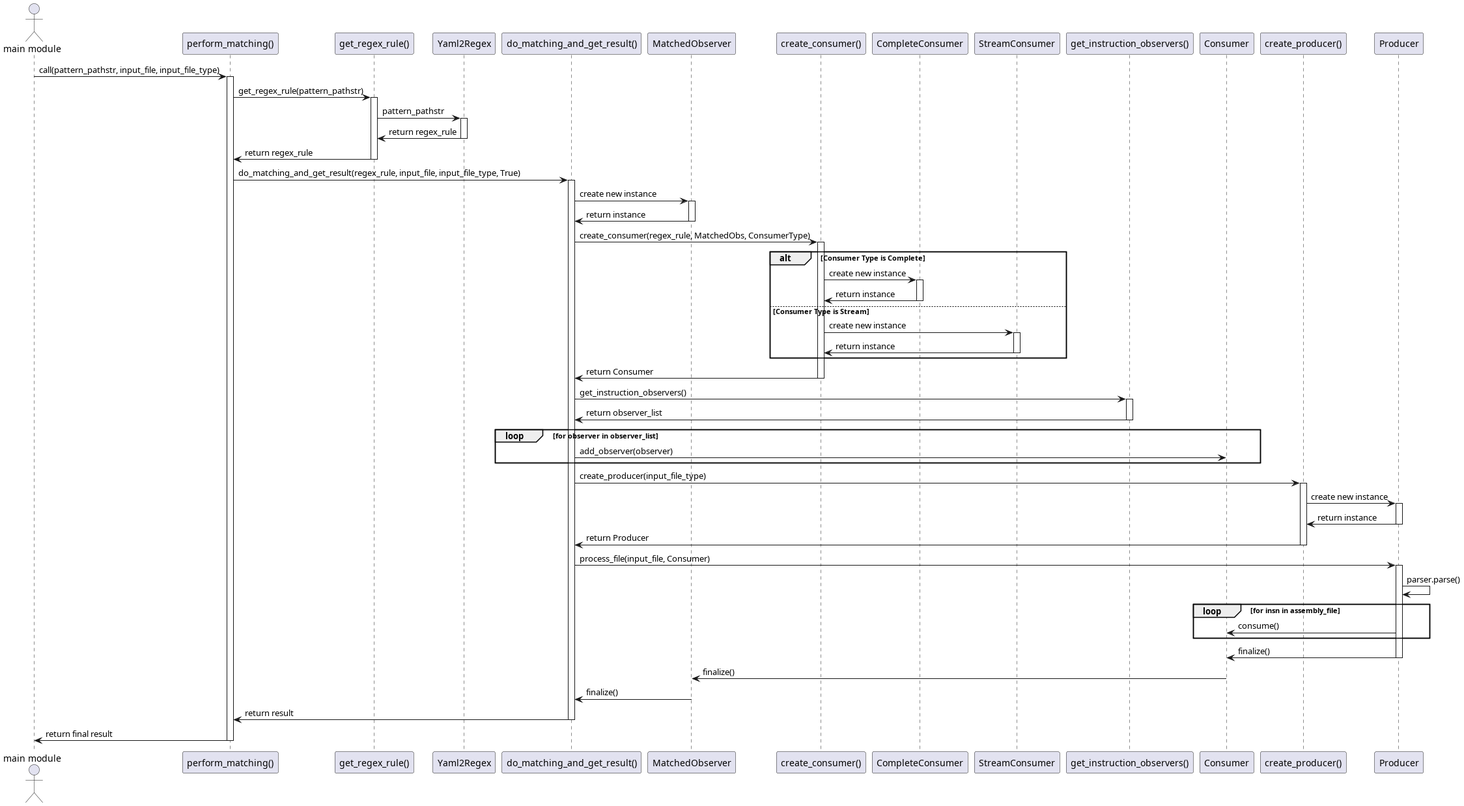
Before: design/match_module/sequence_diagram_match_module.png, a diagram exported from PlantUML (JukMR/JASM).
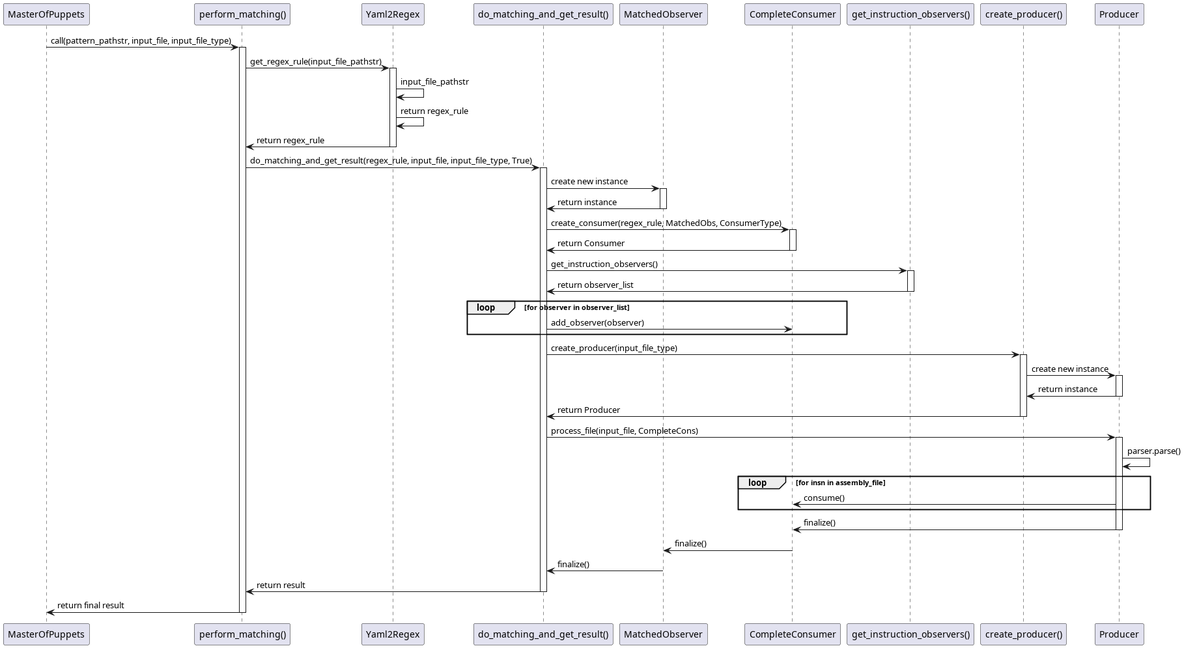
After the change.

Commit message:
Update sequence_diagram_match_module

Change to the diagram source:
```diff
@@ -1,88 +1,71 @@
-@startuml sequence_diagram_whole_match_module
-actor "main module" as Main
+@startuml sequence_diagram_match_module
+participant "MasterOfPuppets" as MasterOfPuppets
 participant "perform_matching()" as PerformMatching
-participant "get_regex_rule()" as GetRegexRule
 participant "Yaml2Regex" as Yaml2Regex
 participant "do_matching_and_get_result()" as DoMatching
 participant "MatchedObserver" as MatchedObs
-participant "create_consumer()" as CreateConsumer
 participant "CompleteConsumer" as CompleteCons
-participant "StreamConsumer" as StreamCons
 participant "get_instruction_observers()" as GetObservers
-participant "Consumer" as Consumer
 participant "Producer" as Producer
 participant "create_producer()" as CreateProducer
 participant "ComposableProducer" as Producer
 
-Main -> PerformMatching: call(pattern_pathstr, input_file, input_file_type)
+MasterOfPuppets -> PerformMatching: call(pattern_pathstr, input_file, input_file_type)
 activate PerformMatching
-PerformMatching -> GetRegexRule: get_regex_rule(pattern_pathstr)
-activate GetRegexRule
+        PerformMatching -> Yaml2Regex: get_regex_rule(input_file_pathstr)
 
-GetRegexRule -> Yaml2Regex: pattern_pathstr
-activate Yaml2Regex
-Yaml2Regex -> GetRegexRule: return regex_rule
-deactivate Yaml2Regex
+    activate Yaml2Regex
 
-GetRegexRule -> PerformMatching: return regex_rule
-deactivate GetRegexRule
+        Yaml2Regex -> Yaml2Regex: input_file_pathstr
+        Yaml2Regex -> Yaml2Regex: return regex_rule
 
-PerformMatching -> DoMatching: do_matching_and_get_result(regex_rule, input_file, input_file_type, True)
-activate DoMatching
+        Yaml2Regex -> PerformMatching: return regex_rule
+    deactivate Yaml2Regex
 
-DoMatching -> MatchedObs: create new instance
-activate MatchedObs
-MatchedObs -> DoMatching: return instance
-deactivate MatchedObs
+    PerformMatching -> DoMatching: do_matching_and_get_result(regex_rule, input_file, input_file_type, True)
+    activate DoMatching
 
-DoMatching -> CreateConsumer: create_consumer(regex_rule, MatchedObs, ConsumerType)
-activate CreateConsumer
+            DoMatching -> MatchedObs: create new instance
+            activate MatchedObs
+                MatchedObs -> DoMatching: return instance
+            deactivate MatchedObs
 
-alt Consumer Type is Complete
-    CreateConsumer -> CompleteCons: create new instance
-    activate CompleteCons
-    CompleteCons -> CreateConsumer: return instance
-    deactivate CompleteCons
-else Consumer Type is Stream
-    CreateConsumer -> StreamCons: create new instance
-    activate StreamCons
-    StreamCons -> CreateConsumer: return instance
-    deactivate StreamCons
-end
+        DoMatching -> CompleteCons: create_consumer(regex_rule, MatchedObs, ConsumerType)
 
-CreateConsumer -> DoMatching: return Consumer
-deactivate CreateConsumer
+        activate CompleteCons
+            CompleteCons -> DoMatching: return Consumer
+        deactivate CompleteCons
 
-DoMatching -> GetObservers: get_instruction_observers()
-activate GetObservers
-GetObservers -> DoMatching: return observer_list
-deactivate GetObservers
+        DoMatching -> GetObservers: get_instruction_observers()
+        activate GetObservers
+            GetObservers -> DoMatching: return observer_list
+        deactivate GetObservers
 
-loop for observer in observer_list
-    DoMatching -> Consumer: add_observer(observer)
-end
+        loop for observer in observer_list
+            DoMatching -> CompleteCons: add_observer(observer)
+        end
 
-DoMatching -> CreateProducer: create_producer(input_file_type)
-activate CreateProducer
-CreateProducer -> Producer: create new instance
-activate Producer
-Producer -> CreateProducer: return instance
-deactivate Producer
-CreateProducer -> DoMatching: return Producer
-deactivate CreateProducer
+        DoMatching -> CreateProducer: create_producer(input_file_type)
+        activate CreateProducer
+            CreateProducer -> Producer: create new instance
+            activate Producer
+                Producer -> CreateProducer: return instance
+            deactivate Producer
+            CreateProducer -> DoMatching: return Producer
+        deactivate CreateProducer
 
-DoMatching -> Producer: process_file(input_file, Consumer)
-activate Producer
-Producer -> Producer: parser.parse()
-loop for insn in assembly_file
-    Producer -> Consumer: consume()
-end
-Producer -> Consumer: finalize()
-deactivate Producer
-Consumer -> MatchedObs: finalize()
-MatchedObs -> DoMatching: finalize()
-DoMatching -> PerformMatching: return result
-deactivate DoMatching
-PerformMatching -> Main: return final result
+        DoMatching -> Producer: process_file(input_file, CompleteCons)
+        activate Producer
+            Producer -> Producer: parser.parse()
+            loop for insn in assembly_file
+                Producer -> CompleteCons: consume()
+            end
+            Producer -> CompleteCons: finalize()
+        deactivate Producer
+        CompleteCons -> MatchedObs: finalize()
+        MatchedObs -> DoMatching: finalize()
+        DoMatching -> PerformMatching: return result
+    deactivate DoMatching
+    PerformMatching -> MasterOfPuppets: return final result
 deactivate PerformMatching
 @enduml
```
